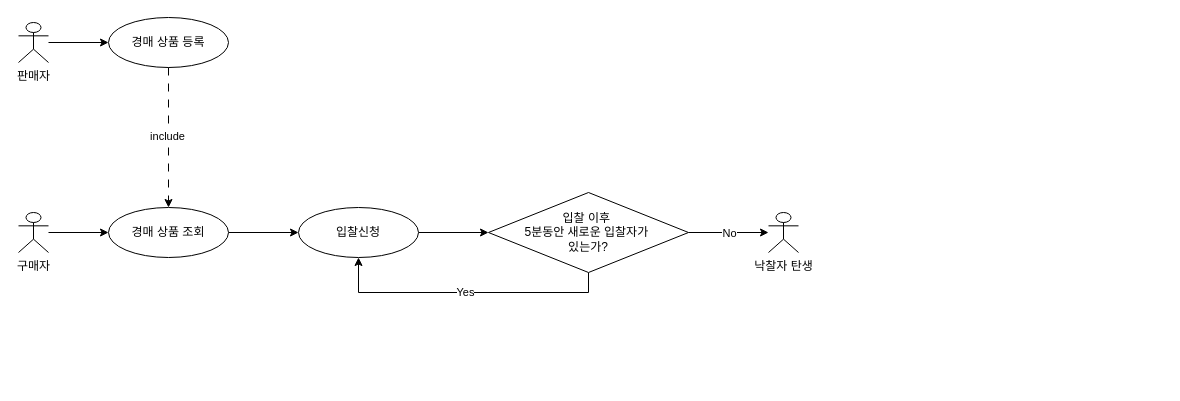
Earlier version of the draw.io diagram goodsending.drawio (je-pa/draw). Source tidied: cells renumbered, new cells numbered last; positions are measured from the earlier drawing's top-left corner, leaving out a move shared by most shapes. Both pictures are drawn from the tidied source at 100%, with x=0, y=0 at pixel (18, 17).
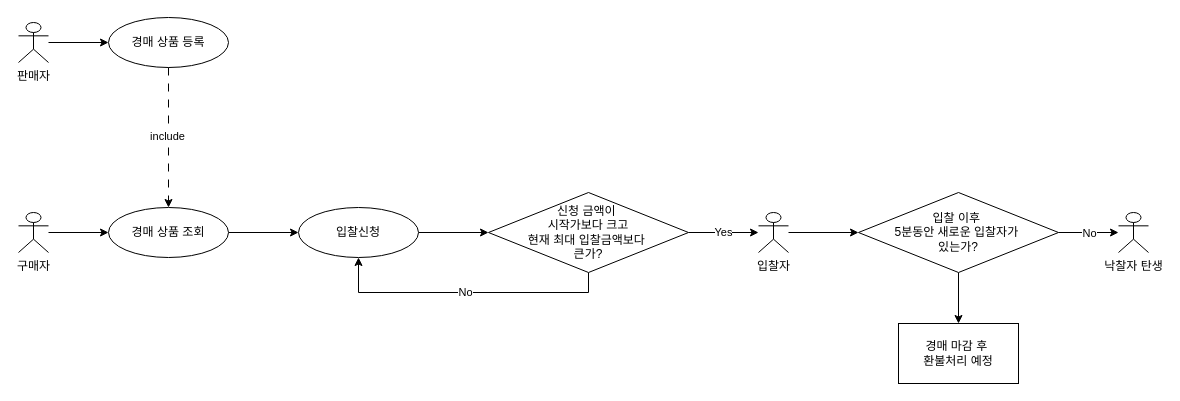
After the change.

The change refers to these unchanged cells:
```xml
<mxCell id="13" value="입찰신청" style="ellipse;whiteSpace=wrap;html=1;" parent="1" vertex="1">
  <mxGeometry x="280" y="190" width="120" height="50" as="geometry" />
</mxCell>
```

Change to the diagram source:
```diff
@@
-    <mxCell id="12" style="edgeStyle=orthogonalEdgeStyle;rounded=0;jettySize=auto;html=1;" parent="1" edge="1" source="13" target="15">
-      <mxGeometry relative="1" as="geometry" />
-    </mxCell>
+    <mxCell id="19" style="edgeStyle=orthogonalEdgeStyle;rounded=0;jettySize=auto;html=1;" parent="1" edge="1" source="13" target="22">
+      <mxGeometry relative="1" as="geometry" />
+    </mxCell>
@@
-    <mxCell id="14" value="Yes" style="edgeStyle=orthogonalEdgeStyle;rounded=0;jettySize=auto;html=1;exitX=0.5;exitY=1;exitDx=0;exitDy=0;entryX=0.5;entryY=1;entryDx=0;entryDy=0;" parent="1" edge="1" source="15" target="13">
-      <mxGeometry relative="1" as="geometry" />
-    </mxCell>
+    <mxCell id="20" style="edgeStyle=orthogonalEdgeStyle;rounded=0;jettySize=auto;html=1;" parent="1" edge="1" source="15" target="25">
+      <mxGeometry relative="1" as="geometry" />
+    </mxCell>
     <mxCell id="15" value="입찰 이후&amp;nbsp;&lt;div&gt;5분동안 새로운 입찰자가&amp;nbsp;&lt;/div&gt;&lt;div&gt;있는가?&lt;/div&gt;" style="rhombus;whiteSpace=wrap;html=1;" parent="1" vertex="1">
-      <mxGeometry x="470" y="175" width="200" height="80" as="geometry" />
+      <mxGeometry x="840" y="175" width="200" height="80" as="geometry" />
     </mxCell>
@@
     <mxCell id="18" value="낙찰자 탄생" style="shape=umlActor;verticalLabelPosition=bottom;verticalAlign=top;html=1;outlineConnect=0;" parent="1" vertex="1">
-      <mxGeometry x="750" y="195" width="30" height="40" as="geometry" />
+      <mxGeometry x="1100" y="195" width="30" height="40" as="geometry" />
     </mxCell>
+    <mxCell id="14" value="Yes" style="edgeStyle=orthogonalEdgeStyle;rounded=0;jettySize=auto;html=1;" parent="1" edge="1" source="22" target="24">
+      <mxGeometry relative="1" as="geometry" />
+    </mxCell>
+    <mxCell id="21" value="No" style="edgeStyle=orthogonalEdgeStyle;rounded=0;jettySize=auto;html=1;entryX=0.5;entryY=1;entryDx=0;entryDy=0;" parent="1" edge="1" source="22" target="13">
+      <mxGeometry relative="1" as="geometry">
+        <Array as="points">
+          <mxPoint x="570" y="275" />
+          <mxPoint x="340" y="275" />
+        </Array>
+      </mxGeometry>
+    </mxCell>
+    <mxCell id="22" value="&lt;div&gt;신청 금액이&amp;nbsp;&lt;br&gt;&lt;/div&gt;&lt;div&gt;시작가보다 크고&lt;/div&gt;현재 최대 입찰금액보다&amp;nbsp;&lt;div&gt;큰가?&lt;/div&gt;" style="rhombus;whiteSpace=wrap;html=1;" parent="1" vertex="1">
+      <mxGeometry x="470" y="175" width="200" height="80" as="geometry" />
+    </mxCell>
+    <mxCell id="23" style="edgeStyle=orthogonalEdgeStyle;rounded=0;jettySize=auto;html=1;" parent="1" edge="1" source="24" target="15">
+      <mxGeometry relative="1" as="geometry" />
+    </mxCell>
+    <mxCell id="24" value="입찰자" style="shape=umlActor;verticalLabelPosition=bottom;verticalAlign=top;html=1;outlineConnect=0;" parent="1" vertex="1">
+      <mxGeometry x="740" y="195" width="30" height="40" as="geometry" />
+    </mxCell>
+    <mxCell id="25" value="경매 마감 후&amp;nbsp;&lt;div&gt;환불처리 예정&lt;/div&gt;" style="whiteSpace=wrap;html=1;" parent="1" vertex="1">
+      <mxGeometry x="880" y="306" width="120" height="60" as="geometry" />
+    </mxCell>
```
